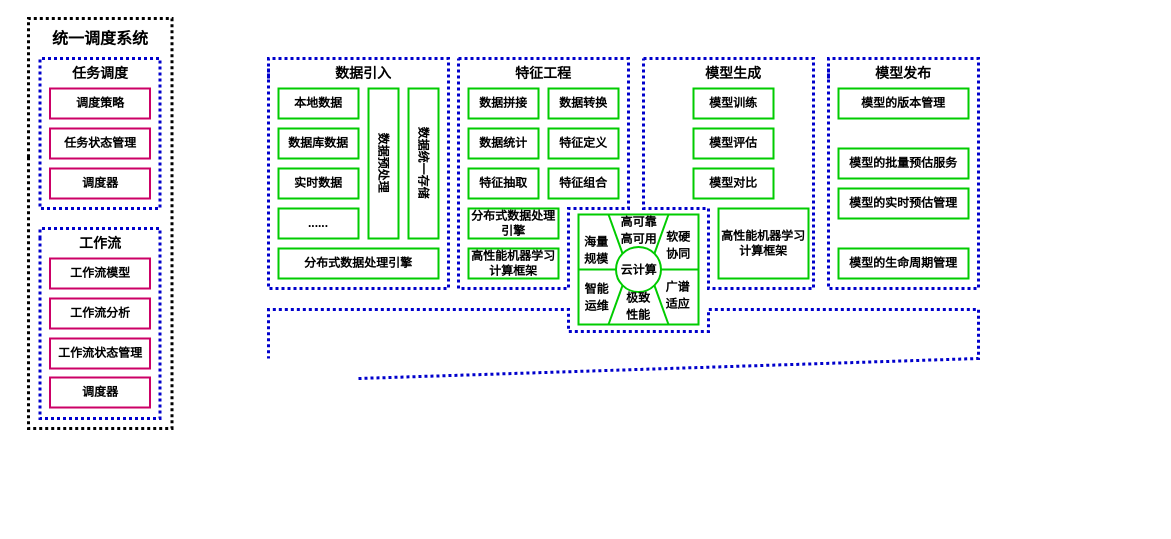
Above: page "第 2 页" (3 of 3) of Untitled Diagram.drawio in chenjgui/Flow-chat (draw.io), before the change. Source tidied: cells renumbered, new cells numbered last; positions are measured from the earlier drawing's top-left corner, leaving out a move shared by most shapes. Both pictures are drawn from the tidied source at 100%, with x=0, y=0 at pixel (28, 18).
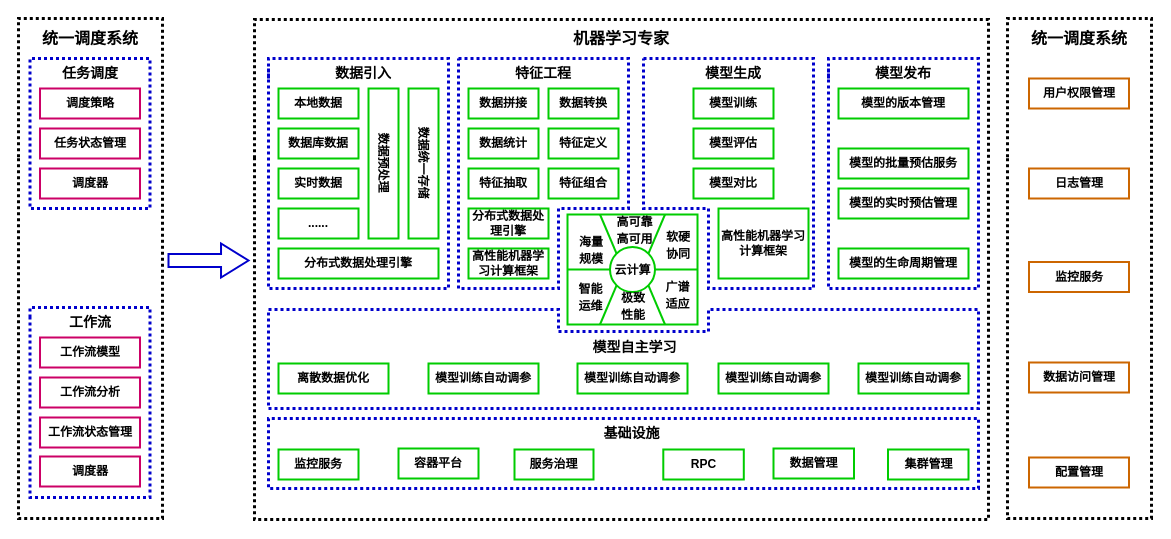
After the change.

Change to the diagram source:
```diff
@@
     <mxCell id="2" style="rounded=0;whiteSpace=wrap;html=1;strokeColor=#00CC00;strokeWidth=2;fontFamily=宋体;fontSize=14;" parent="1" vertex="1">
-      <mxGeometry x="550" y="196" width="120" height="110" as="geometry" />
+      <mxGeometry x="539" y="196" width="130" height="110" as="geometry" />
     </mxCell>
     <mxCell id="3" value="&lt;font&gt;调度策略&lt;/font&gt;" style="rounded=0;whiteSpace=wrap;html=1;fillColor=#FFFFFF;strokeColor=#CC0066;strokeWidth=2;fontStyle=1;fontFamily=宋体;" parent="1" vertex="1">
-      <mxGeometry x="21.5" y="70" width="100" height="30" as="geometry" />
+      <mxGeometry x="11.5" y="70" width="100" height="30" as="geometry" />
     </mxCell>
     <mxCell id="4" value="&lt;font&gt;任务状态管理&lt;/font&gt;" style="rounded=0;whiteSpace=wrap;html=1;fillColor=#FFFFFF;strokeColor=#CC0066;strokeWidth=2;fontStyle=1;fontFamily=宋体;" parent="1" vertex="1">
-      <mxGeometry x="21.5" y="110" width="100" height="30" as="geometry" />
+      <mxGeometry x="11.5" y="110" width="100" height="30" as="geometry" />
     </mxCell>
     <mxCell id="5" value="&lt;font&gt;调度器&lt;/font&gt;" style="rounded=0;whiteSpace=wrap;html=1;fillColor=#FFFFFF;strokeColor=#CC0066;strokeWidth=2;fontStyle=1;fontFamily=宋体;" parent="1" vertex="1">
-      <mxGeometry x="21.5" y="150" width="100" height="30" as="geometry" />
+      <mxGeometry x="11.5" y="150" width="100" height="30" as="geometry" />
     </mxCell>
     <mxCell id="6" style="endArrow=none;dashed=1;html=1;edgeStyle=orthogonalEdgeStyle;strokeWidth=3;fontFamily=Times New Roman;dashPattern=1 1;strokeColor=#000000;rounded=0;" parent="1" edge="1">
       <mxGeometry relative="1" as="geometry">
-        <mxPoint y="138.7" as="sourcePoint" />
-        <mxPoint y="138.7" as="targetPoint" />
+        <mxPoint x="-10" y="138.7" as="sourcePoint" />
+        <mxPoint x="-10" y="138.7" as="targetPoint" />
         <Array as="points">
-          <mxPoint x="0.5" />
-          <mxPoint x="143.5" />
-          <mxPoint x="143.5" y="410" />
-          <mxPoint x="0.5" y="410" />
+          <mxPoint x="-10" />
+          <mxPoint x="134" />
+          <mxPoint x="134" y="500" />
+          <mxPoint x="-10" y="500" />
         </Array>
       </mxGeometry>
     </mxCell>
     <mxCell id="7" style="endArrow=none;dashed=1;html=1;edgeStyle=orthogonalEdgeStyle;strokeWidth=3;fontFamily=宋体;dashPattern=1 1;strokeColor=#0000CC;rounded=0;fontStyle=1;" parent="1" edge="1">
       <mxGeometry relative="1" as="geometry">
-        <mxPoint x="11.5" y="50" as="sourcePoint" />
-        <mxPoint x="11.5" y="50" as="targetPoint" />
+        <mxPoint x="1.5" y="50" as="sourcePoint" />
+        <mxPoint x="1.5" y="50" as="targetPoint" />
         <Array as="points">
-          <mxPoint x="11.5" y="40" />
-          <mxPoint x="131.5" y="40" />
-          <mxPoint x="131.5" y="190" />
-          <mxPoint x="11.5" y="190" />
+          <mxPoint x="1.5" y="40" />
+          <mxPoint x="121.5" y="40" />
+          <mxPoint x="121.5" y="190" />
+          <mxPoint x="1.5" y="190" />
         </Array>
       </mxGeometry>
     </mxCell>
     <mxCell id="8" value="任务调度" style="text;html=1;strokeColor=none;fillColor=none;align=center;verticalAlign=middle;whiteSpace=wrap;rounded=0;fontFamily=宋体;fontStyle=1;fontSize=14;" parent="1" vertex="1">
-      <mxGeometry x="26.5" y="45" width="90" height="20" as="geometry" />
+      <mxGeometry x="16.5" y="45" width="90" height="20" as="geometry" />
     </mxCell>
     <mxCell id="9" value="&lt;font&gt;工作流模型&lt;/font&gt;" style="rounded=0;whiteSpace=wrap;html=1;fillColor=#FFFFFF;strokeColor=#CC0066;strokeWidth=2;fontStyle=1;fontFamily=宋体;" parent="1" vertex="1">
-      <mxGeometry x="21.5" y="240" width="100" height="30" as="geometry" />
+      <mxGeometry x="11.5" y="319" width="100" height="30" as="geometry" />
     </mxCell>
     <mxCell id="10" value="&lt;font&gt;工作流分析&lt;/font&gt;" style="rounded=0;whiteSpace=wrap;html=1;fillColor=#FFFFFF;strokeColor=#CC0066;strokeWidth=2;fontStyle=1;fontFamily=宋体;" parent="1" vertex="1">
-      <mxGeometry x="21.5" y="280" width="100" height="30" as="geometry" />
+      <mxGeometry x="11.5" y="359" width="100" height="30" as="geometry" />
     </mxCell>
     <mxCell id="11" value="&lt;font&gt;工作流状态管理&lt;/font&gt;" style="rounded=0;whiteSpace=wrap;html=1;fillColor=#FFFFFF;strokeColor=#CC0066;strokeWidth=2;fontStyle=1;fontFamily=宋体;" parent="1" vertex="1">
-      <mxGeometry x="21.5" y="320" width="100" height="30" as="geometry" />
+      <mxGeometry x="11.5" y="399" width="100" height="30" as="geometry" />
     </mxCell>
     <mxCell id="12" style="endArrow=none;dashed=1;html=1;edgeStyle=orthogonalEdgeStyle;strokeWidth=3;fontFamily=宋体;dashPattern=1 1;strokeColor=#0000CC;rounded=0;fontStyle=1;" parent="1" edge="1">
       <mxGeometry relative="1" as="geometry">
-        <mxPoint x="11.5" y="220" as="sourcePoint" />
-        <mxPoint x="11.5" y="220" as="targetPoint" />
+        <mxPoint x="1.5" y="299" as="sourcePoint" />
+        <mxPoint x="1.5" y="299" as="targetPoint" />
         <Array as="points">
-          <mxPoint x="11.5" y="210" />
-          <mxPoint x="131.5" y="210" />
-          <mxPoint x="131.5" y="400" />
-          <mxPoint x="11.5" y="400" />
+          <mxPoint x="1.5" y="289" />
+          <mxPoint x="121.5" y="289" />
+          <mxPoint x="121.5" y="479" />
+          <mxPoint x="1.5" y="479" />
         </Array>
       </mxGeometry>
     </mxCell>
     <mxCell id="13" value="工作流" style="text;html=1;strokeColor=none;fillColor=none;align=center;verticalAlign=middle;whiteSpace=wrap;rounded=0;fontFamily=宋体;fontStyle=1;fontSize=14;" parent="1" vertex="1">
-      <mxGeometry x="26.5" y="215" width="90" height="20" as="geometry" />
+      <mxGeometry x="16.5" y="294" width="90" height="20" as="geometry" />
     </mxCell>
     <mxCell id="14" value="&lt;font&gt;调度器&lt;/font&gt;" style="rounded=0;whiteSpace=wrap;html=1;fillColor=#FFFFFF;strokeColor=#CC0066;strokeWidth=2;fontStyle=1;fontFamily=宋体;" parent="1" vertex="1">
-      <mxGeometry x="21.5" y="359" width="100" height="30" as="geometry" />
+      <mxGeometry x="11.5" y="438" width="100" height="30" as="geometry" />
     </mxCell>
     <mxCell id="15" value="&lt;font style=&quot;font-size: 16px&quot;&gt;统一调度系统&lt;/font&gt;" style="text;html=1;strokeColor=none;fillColor=none;align=center;verticalAlign=middle;whiteSpace=wrap;rounded=0;fontFamily=宋体;fontStyle=1;fontSize=14;" parent="1" vertex="1">
-      <mxGeometry x="11.5" width="120" height="40" as="geometry" />
+      <mxGeometry x="1.5" width="120" height="40" as="geometry" />
     </mxCell>
@@
     <mxCell id="28" style="endArrow=none;dashed=1;html=1;strokeWidth=3;fontFamily=宋体;dashPattern=1 1;strokeColor=#0000CC;rounded=0;fontStyle=1;" parent="1" edge="1">
       <mxGeometry relative="1" as="geometry">
         <mxPoint x="430" y="40" as="sourcePoint" />
         <mxPoint x="430" y="40" as="targetPoint" />
         <Array as="points">
           <mxPoint x="600" y="40" />
           <mxPoint x="600" y="190" />
-          <mxPoint x="540" y="190" />
-          <mxPoint x="540" y="270" />
+          <mxPoint x="530" y="190" />
+          <mxPoint x="530" y="270" />
           <mxPoint x="430" y="270" />
         </Array>
       </mxGeometry>
     </mxCell>
@@
     <mxCell id="30" value="分布式数据处理引擎" style="rounded=0;whiteSpace=wrap;html=1;fillColor=#FFFFFF;strokeColor=#00CC00;strokeWidth=2;fontStyle=1;fontFamily=宋体;" parent="1" vertex="1">
-      <mxGeometry x="440" y="190" width="90" height="30" as="geometry" />
+      <mxGeometry x="440" y="190" width="80" height="30" as="geometry" />
     </mxCell>
     <mxCell id="31" value="&lt;font&gt;高性能机器学习计算框架&lt;/font&gt;" style="rounded=0;whiteSpace=wrap;html=1;fillColor=#FFFFFF;strokeColor=#00CC00;strokeWidth=2;fontStyle=1;fontFamily=宋体;" parent="1" vertex="1">
-      <mxGeometry x="440" y="230" width="90" height="30" as="geometry" />
+      <mxGeometry x="440" y="230" width="80" height="30" as="geometry" />
     </mxCell>
@@
     <mxCell id="47" value="&lt;b&gt;&lt;font style=&quot;font-size: 12px&quot;&gt;云计算&lt;/font&gt;&lt;/b&gt;" style="ellipse;whiteSpace=wrap;html=1;strokeColor=#00CC00;strokeWidth=2;fontFamily=宋体;fontSize=14;" parent="1" vertex="1">
-      <mxGeometry x="587.5" y="228.5" width="45" height="45" as="geometry" />
+      <mxGeometry x="581.5" y="228.5" width="45" height="45" as="geometry" />
     </mxCell>
@@
     <mxCell id="53" value="&lt;font style=&quot;font-size: 12px&quot;&gt;&lt;b&gt;高可靠高可用&lt;/b&gt;&lt;/font&gt;" style="text;html=1;strokeColor=none;fillColor=none;align=center;verticalAlign=middle;whiteSpace=wrap;rounded=0;fontFamily=宋体;fontSize=14;" parent="1" vertex="1">
-      <mxGeometry x="589.5" y="196" width="41" height="29" as="geometry" />
+      <mxGeometry x="585.5" y="196" width="41" height="29" as="geometry" />
     </mxCell>
     <mxCell id="54" value="&lt;font style=&quot;font-size: 12px&quot;&gt;&lt;b&gt;海量&lt;br&gt;规模&lt;/b&gt;&lt;/font&gt;" style="text;html=1;strokeColor=none;fillColor=none;align=center;verticalAlign=middle;whiteSpace=wrap;rounded=0;fontFamily=宋体;fontSize=14;" parent="1" vertex="1">
-      <mxGeometry x="550" y="221" width="36" height="20" as="geometry" />
+      <mxGeometry x="545" y="221" width="36" height="20" as="geometry" />
     </mxCell>
@@
     <mxCell id="56" value="&lt;span style=&quot;font-size: 12px&quot;&gt;&lt;b&gt;智能&lt;br&gt;运维&lt;/b&gt;&lt;/span&gt;" style="text;html=1;strokeColor=none;fillColor=none;align=center;verticalAlign=middle;whiteSpace=wrap;rounded=0;fontFamily=宋体;fontSize=14;" parent="1" vertex="1">
-      <mxGeometry x="553.5" y="264.5" width="29" height="26.5" as="geometry" />
+      <mxGeometry x="547.5" y="264.5" width="29" height="26.5" as="geometry" />
     </mxCell>
     <mxCell id="57" value="&lt;span style=&quot;font-size: 12px&quot;&gt;&lt;b&gt;极致&lt;br&gt;性能&lt;/b&gt;&lt;/span&gt;" style="text;html=1;strokeColor=none;fillColor=none;align=center;verticalAlign=middle;whiteSpace=wrap;rounded=0;fontFamily=宋体;fontSize=14;" parent="1" vertex="1">
-      <mxGeometry x="593" y="271.5" width="34" height="30" as="geometry" />
+      <mxGeometry x="588" y="271.5" width="34" height="30" as="geometry" />
     </mxCell>
@@
     <mxCell id="60" style="endArrow=none;dashed=1;html=1;strokeWidth=3;fontFamily=宋体;dashPattern=1 1;strokeColor=#0000CC;rounded=0;fontStyle=1;" parent="1" edge="1">
       <mxGeometry relative="1" as="geometry">
-        <mxPoint x="330" y="360" as="sourcePoint" />
-        <mxPoint x="240" y="340" as="targetPoint" />
+        <mxPoint x="240" y="390" as="sourcePoint" />
+        <mxPoint x="240" y="390" as="targetPoint" />
         <Array as="points">
-          <mxPoint x="950" y="340" />
+          <mxPoint x="950" y="390" />
           <mxPoint x="950" y="291" />
           <mxPoint x="680" y="291" />
           <mxPoint x="680" y="313" />
-          <mxPoint x="540" y="313" />
-          <mxPoint x="540" y="291" />
+          <mxPoint x="530" y="313" />
+          <mxPoint x="530" y="291" />
           <mxPoint x="240" y="291" />
         </Array>
       </mxGeometry>
     </mxCell>
+    <mxCell id="61" value="离散数据优化" style="rounded=0;whiteSpace=wrap;html=1;fillColor=#FFFFFF;strokeColor=#00CC00;strokeWidth=2;fontStyle=1;fontFamily=宋体;" parent="1" vertex="1">
+      <mxGeometry x="250" y="345" width="110" height="30" as="geometry" />
+    </mxCell>
+    <mxCell id="62" value="模型训练自动调参" style="rounded=0;whiteSpace=wrap;html=1;fillColor=#FFFFFF;strokeColor=#00CC00;strokeWidth=2;fontStyle=1;fontFamily=宋体;" parent="1" vertex="1">
+      <mxGeometry x="400" y="345" width="110" height="30" as="geometry" />
+    </mxCell>
+    <mxCell id="63" value="模型训练自动调参" style="rounded=0;whiteSpace=wrap;html=1;fillColor=#FFFFFF;strokeColor=#00CC00;strokeWidth=2;fontStyle=1;fontFamily=宋体;" parent="1" vertex="1">
+      <mxGeometry x="549" y="345" width="110" height="30" as="geometry" />
+    </mxCell>
+    <mxCell id="64" value="模型训练自动调参" style="rounded=0;whiteSpace=wrap;html=1;fillColor=#FFFFFF;strokeColor=#00CC00;strokeWidth=2;fontStyle=1;fontFamily=宋体;" parent="1" vertex="1">
+      <mxGeometry x="690" y="345" width="110" height="30" as="geometry" />
+    </mxCell>
+    <mxCell id="65" value="模型训练自动调参" style="rounded=0;whiteSpace=wrap;html=1;fillColor=#FFFFFF;strokeColor=#00CC00;strokeWidth=2;fontStyle=1;fontFamily=宋体;" parent="1" vertex="1">
+      <mxGeometry x="830" y="345" width="110" height="30" as="geometry" />
+    </mxCell>
+    <mxCell id="66" value="模型自主学习" style="text;html=1;strokeColor=none;fillColor=none;align=center;verticalAlign=middle;whiteSpace=wrap;rounded=0;fontFamily=宋体;fontStyle=1;fontSize=14;" parent="1" vertex="1">
+      <mxGeometry x="545.5" y="314" width="121" height="30" as="geometry" />
+    </mxCell>
+    <mxCell id="67" style="endArrow=none;dashed=1;html=1;edgeStyle=orthogonalEdgeStyle;strokeWidth=3;fontFamily=Times New Roman;dashPattern=1 1;strokeColor=#0000CC;rounded=0;" parent="1" edge="1">
+      <mxGeometry relative="1" as="geometry">
+        <mxPoint x="240" y="438.7" as="sourcePoint" />
+        <mxPoint x="240" y="438.7" as="targetPoint" />
+        <Array as="points">
+          <mxPoint x="240" y="400" />
+          <mxPoint x="950" y="400" />
+          <mxPoint x="950" y="470" />
+          <mxPoint x="240" y="470" />
+        </Array>
+      </mxGeometry>
+    </mxCell>
+    <mxCell id="68" value="监控服务" style="rounded=0;whiteSpace=wrap;html=1;fillColor=#FFFFFF;strokeColor=#00CC00;strokeWidth=2;fontStyle=1;fontFamily=宋体;" parent="1" vertex="1">
+      <mxGeometry x="250" y="431" width="80" height="30" as="geometry" />
+    </mxCell>
+    <mxCell id="69" value="容器平台" style="rounded=0;whiteSpace=wrap;html=1;fillColor=#FFFFFF;strokeColor=#00CC00;strokeWidth=2;fontStyle=1;fontFamily=宋体;" parent="1" vertex="1">
+      <mxGeometry x="370" y="430" width="80" height="30" as="geometry" />
+    </mxCell>
+    <mxCell id="70" value="服务治理" style="rounded=0;whiteSpace=wrap;html=1;fillColor=#FFFFFF;strokeColor=#00CC00;strokeWidth=2;fontStyle=1;fontFamily=宋体;" parent="1" vertex="1">
+      <mxGeometry x="486" y="431" width="79" height="30" as="geometry" />
+    </mxCell>
+    <mxCell id="71" value="RPC" style="rounded=0;whiteSpace=wrap;html=1;fillColor=#FFFFFF;strokeColor=#00CC00;strokeWidth=2;fontStyle=1;fontFamily=宋体;" parent="1" vertex="1">
+      <mxGeometry x="634.8" y="431" width="80.5" height="30" as="geometry" />
+    </mxCell>
+    <mxCell id="72" value="基础设施" style="text;html=1;strokeColor=none;fillColor=none;align=center;verticalAlign=middle;whiteSpace=wrap;rounded=0;fontFamily=宋体;fontStyle=1;fontSize=14;" parent="1" vertex="1">
+      <mxGeometry x="542.5" y="400" width="121" height="30" as="geometry" />
+    </mxCell>
+    <mxCell id="73" value="数据管理" style="rounded=0;whiteSpace=wrap;html=1;fillColor=#FFFFFF;strokeColor=#00CC00;strokeWidth=2;fontStyle=1;fontFamily=宋体;" parent="1" vertex="1">
+      <mxGeometry x="745" y="430" width="80.5" height="30" as="geometry" />
+    </mxCell>
+    <mxCell id="74" value="集群管理" style="rounded=0;whiteSpace=wrap;html=1;fillColor=#FFFFFF;strokeColor=#00CC00;strokeWidth=2;fontStyle=1;fontFamily=宋体;" parent="1" vertex="1">
+      <mxGeometry x="859.5" y="431" width="80.5" height="30" as="geometry" />
+    </mxCell>
+    <mxCell id="75" style="endArrow=none;dashed=1;html=1;edgeStyle=orthogonalEdgeStyle;strokeWidth=3;fontFamily=Times New Roman;dashPattern=1 1;strokeColor=#000000;rounded=0;" parent="1" edge="1">
+      <mxGeometry relative="1" as="geometry">
+        <mxPoint x="226" y="139.7" as="sourcePoint" />
+        <mxPoint x="226" y="139.7" as="targetPoint" />
+        <Array as="points">
+          <mxPoint x="226" y="1" />
+          <mxPoint x="960" y="1" />
+          <mxPoint x="960" y="501" />
+          <mxPoint x="226" y="501" />
+        </Array>
+      </mxGeometry>
+    </mxCell>
+    <mxCell id="76" value="&lt;font&gt;用户权限管理&lt;/font&gt;" style="rounded=0;whiteSpace=wrap;html=1;fillColor=#FFFFFF;strokeColor=#CC6600;strokeWidth=2;fontStyle=1;fontFamily=宋体;" parent="1" vertex="1">
+      <mxGeometry x="1000.5" y="60" width="100" height="30" as="geometry" />
+    </mxCell>
+    <mxCell id="77" value="&lt;font&gt;日志管理&lt;/font&gt;" style="rounded=0;whiteSpace=wrap;html=1;fillColor=#FFFFFF;strokeColor=#CC6600;strokeWidth=2;fontStyle=1;fontFamily=宋体;" parent="1" vertex="1">
+      <mxGeometry x="1000.5" y="150" width="100" height="30" as="geometry" />
+    </mxCell>
+    <mxCell id="78" value="&lt;font&gt;监控服务&lt;/font&gt;" style="rounded=0;whiteSpace=wrap;html=1;fillColor=#FFFFFF;strokeColor=#CC6600;strokeWidth=2;fontStyle=1;fontFamily=宋体;" parent="1" vertex="1">
+      <mxGeometry x="1000.5" y="243.5" width="100" height="30" as="geometry" />
+    </mxCell>
+    <mxCell id="79" style="endArrow=none;dashed=1;html=1;edgeStyle=orthogonalEdgeStyle;strokeWidth=3;fontFamily=Times New Roman;dashPattern=1 1;strokeColor=#000000;rounded=0;" parent="1" edge="1">
+      <mxGeometry relative="1" as="geometry">
+        <mxPoint x="979" y="138.7" as="sourcePoint" />
+        <mxPoint x="979" y="138.7" as="targetPoint" />
+        <Array as="points">
+          <mxPoint x="979" />
+          <mxPoint x="1123" />
+          <mxPoint x="1123" y="500" />
+          <mxPoint x="979" y="500" />
+        </Array>
+      </mxGeometry>
+    </mxCell>
+    <mxCell id="80" value="&lt;font&gt;数据访问管理&lt;/font&gt;" style="rounded=0;whiteSpace=wrap;html=1;fillColor=#FFFFFF;strokeColor=#CC6600;strokeWidth=2;fontStyle=1;fontFamily=宋体;" parent="1" vertex="1">
+      <mxGeometry x="1000.5" y="344" width="100" height="30" as="geometry" />
+    </mxCell>
+    <mxCell id="81" value="&lt;font&gt;配置管理&lt;/font&gt;" style="rounded=0;whiteSpace=wrap;html=1;fillColor=#FFFFFF;strokeColor=#CC6600;strokeWidth=2;fontStyle=1;fontFamily=宋体;" parent="1" vertex="1">
+      <mxGeometry x="1000.5" y="439" width="100" height="30" as="geometry" />
+    </mxCell>
+    <mxCell id="82" value="&lt;font style=&quot;font-size: 16px&quot;&gt;统一调度系统&lt;/font&gt;" style="text;html=1;strokeColor=none;fillColor=none;align=center;verticalAlign=middle;whiteSpace=wrap;rounded=0;fontFamily=宋体;fontStyle=1;fontSize=14;" parent="1" vertex="1">
+      <mxGeometry x="990.5" width="120" height="40" as="geometry" />
+    </mxCell>
+    <mxCell id="83" value="&lt;font style=&quot;font-size: 16px&quot;&gt;机器学习专家&lt;/font&gt;" style="text;html=1;strokeColor=none;fillColor=none;align=center;verticalAlign=middle;whiteSpace=wrap;rounded=0;fontFamily=宋体;fontStyle=1;fontSize=14;" parent="1" vertex="1">
+      <mxGeometry x="228" width="730" height="40" as="geometry" />
+    </mxCell>
+    <mxCell id="84" style="shape=singleArrow;whiteSpace=wrap;html=1;arrowWidth=0.384083044982694;arrowSize=0.34338235294117647;strokeWidth=2;fillColor=#FFFFFF;strokeColor=#0000CC;fontColor=#ffffff;" parent="1" vertex="1">
+      <mxGeometry x="140" y="225" width="80" height="34" as="geometry" />
+    </mxCell>
```
